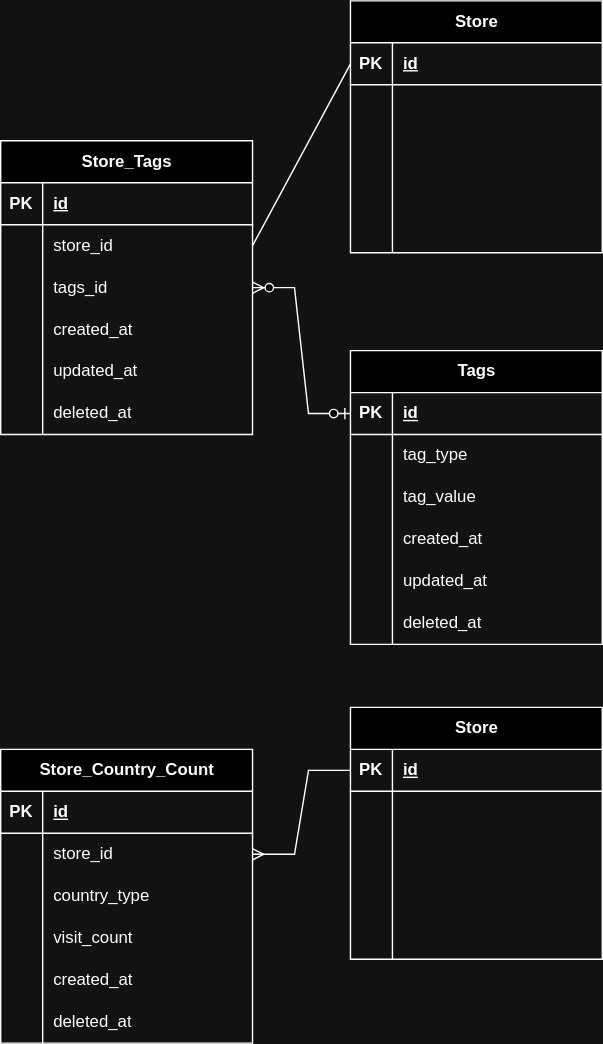
Above: document/tag-erd.drawio.svg in gunsight1/boot-up1-samsik (draw.io), before the change. Source tidied: cells renumbered, new cells last; positions are measured from the earlier drawing's top-left corner, leaving out a move shared by most shapes.
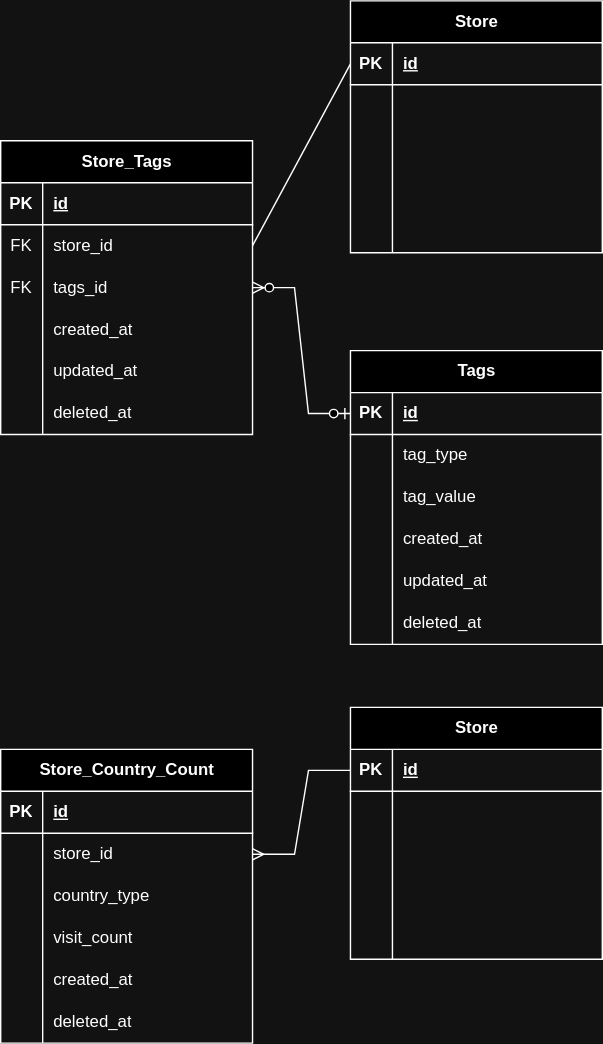
Later version of the same file.

Commit message:
tag-erd.drawio.svg이 추가되었습니다.

What changed in the source:
```diff
@@ -80,7 +80,7 @@
     <mxCell id="27" style="shape=tableRow;horizontal=0;startSize=0;swimlaneHead=0;swimlaneBody=0;fillColor=none;points=[[0,0.5],[1,0.5]];portConstraint=eastwest;top=0;left=0;right=0;bottom=0;" parent="23" vertex="1">
       <mxGeometry y="60" width="180" height="30" as="geometry" />
     </mxCell>
-    <mxCell id="28" style="shape=partialRectangle;fillColor=none;top=0;left=0;bottom=0;right=0;overflow=hidden;whiteSpace=wrap;html=1;" parent="27" vertex="1">
+    <mxCell id="28" value="FK" style="shape=partialRectangle;fillColor=none;top=0;left=0;bottom=0;right=0;overflow=hidden;whiteSpace=wrap;html=1;" parent="27" vertex="1">
       <mxGeometry width="30" height="30" as="geometry" />
     </mxCell>
     <mxCell id="29" value="store_id" style="shape=partialRectangle;fillColor=none;top=0;left=0;bottom=0;right=0;align=left;spacingLeft=6;overflow=hidden;whiteSpace=wrap;html=1;" parent="27" vertex="1">
@@ -89,7 +89,7 @@
     <mxCell id="30" style="shape=tableRow;horizontal=0;startSize=0;swimlaneHead=0;swimlaneBody=0;fillColor=none;points=[[0,0.5],[1,0.5]];portConstraint=eastwest;top=0;left=0;right=0;bottom=0;" parent="23" vertex="1">
       <mxGeometry y="90" width="180" height="30" as="geometry" />
     </mxCell>
-    <mxCell id="31" style="shape=partialRectangle;fillColor=none;top=0;left=0;bottom=0;right=0;overflow=hidden;whiteSpace=wrap;html=1;" parent="30" vertex="1">
+    <mxCell id="31" value="FK" style="shape=partialRectangle;fillColor=none;top=0;left=0;bottom=0;right=0;overflow=hidden;whiteSpace=wrap;html=1;" parent="30" vertex="1">
       <mxGeometry width="30" height="30" as="geometry" />
     </mxCell>
     <mxCell id="32" value="tags_id" style="shape=partialRectangle;fillColor=none;top=0;left=0;bottom=0;right=0;align=left;spacingLeft=6;overflow=hidden;whiteSpace=wrap;html=1;" parent="30" vertex="1">
```
